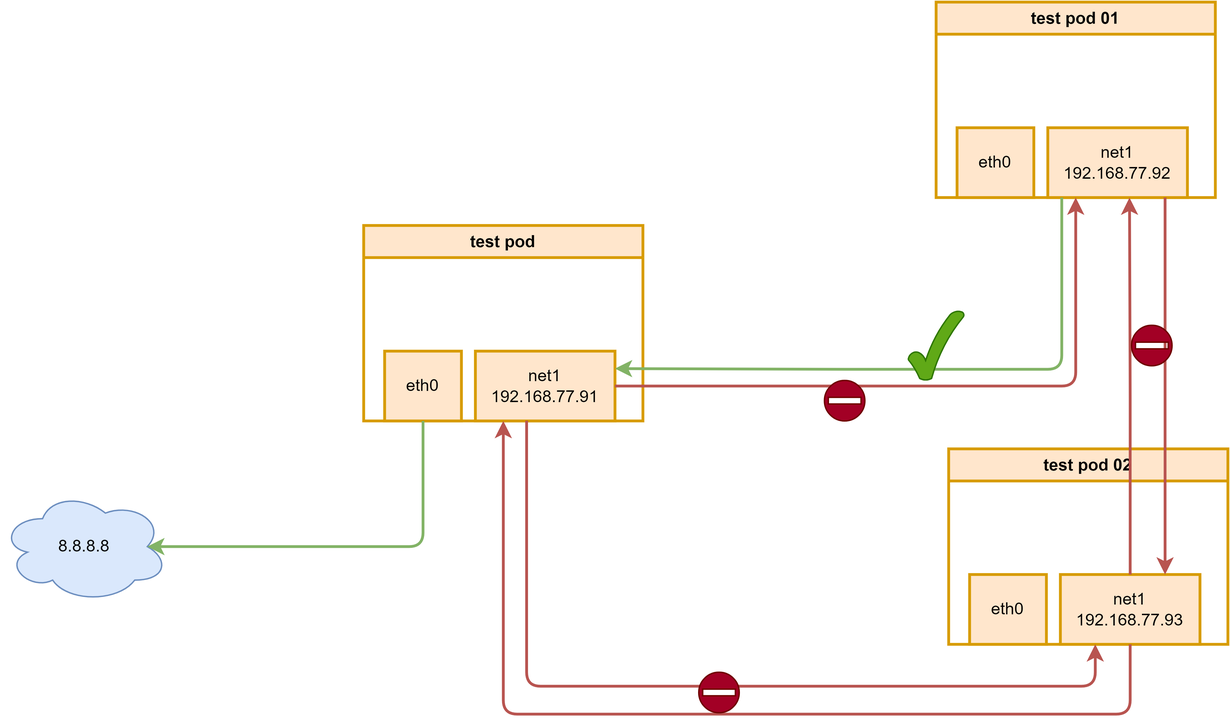
wangzheng422/docker_env keeps this draw.io diagram as redhat/ocp4/4.15/dia/ovn.2nd.network.pod.ping.drawio.png. Above is the earlier version. Source tidied: cells renumbered, new cells last; positions are measured from the earlier drawing's top-left corner, leaving out a move shared by most shapes.
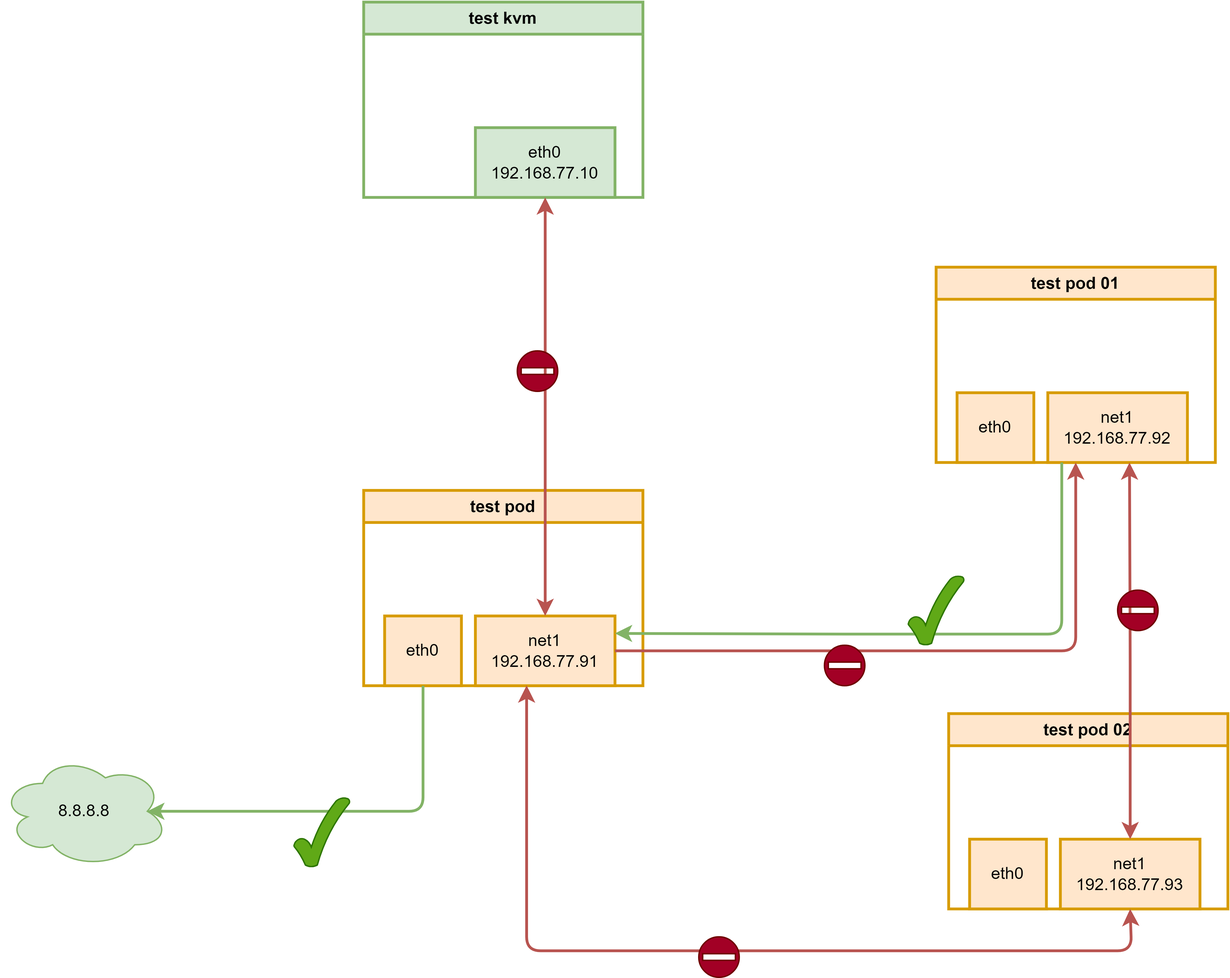
The same diagram one commit later.

The edit, as a diff of the source:
```diff
@@ -46,22 +46,14 @@
         </Array>
       </mxGeometry>
     </mxCell>
-    <mxCell id="13" style="edgeStyle=orthogonalEdgeStyle;html=1;entryX=0.25;entryY=1;entryDx=0;entryDy=0;strokeWidth=2;fillColor=#f8cecc;strokeColor=#b85450;exitX=0.367;exitY=0.996;exitDx=0;exitDy=0;exitPerimeter=0;" parent="1" edge="1" source="4" target="10">
+    <mxCell id="13" style="edgeStyle=orthogonalEdgeStyle;html=1;entryX=0.5;entryY=1;entryDx=0;entryDy=0;strokeWidth=2;fillColor=#f8cecc;strokeColor=#b85450;exitX=0.367;exitY=0.996;exitDx=0;exitDy=0;exitPerimeter=0;startArrow=classic;startFill=1;" parent="1" edge="1" source="4" target="10">
       <mxGeometry relative="1" as="geometry">
         <Array as="points">
           <mxPoint x="377" y="490" />
-          <mxPoint x="784" y="490" />
+          <mxPoint x="810" y="490" />
         </Array>
       </mxGeometry>
     </mxCell>
-    <mxCell id="14" style="edgeStyle=orthogonalEdgeStyle;html=1;entryX=0.5;entryY=1;entryDx=0;entryDy=0;strokeWidth=2;fillColor=#f8cecc;strokeColor=#b85450;" parent="1" edge="1" source="10" target="2">
-      <mxGeometry relative="1" as="geometry">
-        <Array as="points">
-          <mxPoint x="809" y="510" />
-          <mxPoint x="360" y="510" />
-        </Array>
-      </mxGeometry>
-    </mxCell>
     <mxCell id="15" style="shape=mxgraph.signs.safety.no_entry;html=1;fillColor=#a20025;strokeColor=#6F0000;verticalLabelPosition=bottom;verticalAlign=top;align=center;fontColor=#ffffff;" parent="1" vertex="1">
       <mxGeometry x="590" y="271" width="29" height="29" as="geometry" />
     </mxCell>
@@ -71,18 +63,13 @@
     <mxCell id="17" style="verticalLabelPosition=bottom;verticalAlign=top;html=1;shape=mxgraph.basic.tick;fillColor=#60a917;fontColor=#ffffff;strokeColor=#2D7600;" parent="1" vertex="1">
       <mxGeometry x="650" y="221" width="40" height="50" as="geometry" />
     </mxCell>
-    <mxCell id="18" style="edgeStyle=orthogonalEdgeStyle;html=1;entryX=0.585;entryY=1.001;entryDx=0;entryDy=0;entryPerimeter=0;strokeWidth=2;fillColor=#f8cecc;strokeColor=#b85450;" parent="1" edge="1" source="10" target="7">
+    <mxCell id="18" style="edgeStyle=orthogonalEdgeStyle;html=1;entryX=0.585;entryY=1.001;entryDx=0;entryDy=0;entryPerimeter=0;strokeWidth=2;fillColor=#f8cecc;strokeColor=#b85450;startArrow=classic;startFill=1;" parent="1" edge="1" source="10" target="7">
       <mxGeometry relative="1" as="geometry" />
     </mxCell>
-    <mxCell id="19" style="edgeStyle=orthogonalEdgeStyle;html=1;entryX=0.75;entryY=0;entryDx=0;entryDy=0;strokeWidth=2;fillColor=#f8cecc;strokeColor=#b85450;" parent="1" edge="1" target="10">
-      <mxGeometry relative="1" as="geometry">
-        <mxPoint x="834" y="140" as="sourcePoint" />
-      </mxGeometry>
-    </mxCell>
     <mxCell id="20" style="shape=mxgraph.signs.safety.no_entry;html=1;fillColor=#a20025;strokeColor=#6F0000;verticalLabelPosition=bottom;verticalAlign=top;align=center;fontColor=#ffffff;" parent="1" vertex="1">
-      <mxGeometry x="810" y="231.5" width="29" height="29" as="geometry" />
+      <mxGeometry x="800" y="231.5" width="29" height="29" as="geometry" />
     </mxCell>
-    <mxCell id="21" value="8.8.8.8" style="ellipse;shape=cloud;whiteSpace=wrap;html=1;fillColor=#dae8fc;strokeColor=#6c8ebf;" parent="1" vertex="1">
+    <mxCell id="21" value="8.8.8.8" style="ellipse;shape=cloud;whiteSpace=wrap;html=1;fillColor=#d5e8d4;strokeColor=#82b366;" parent="1" vertex="1">
       <mxGeometry y="350" width="120" height="80" as="geometry" />
     </mxCell>
     <mxCell id="22" style="edgeStyle=orthogonalEdgeStyle;html=1;entryX=0.875;entryY=0.5;entryDx=0;entryDy=0;entryPerimeter=0;strokeWidth=2;fillColor=#d5e8d4;strokeColor=#82b366;" parent="1" edge="1" source="3" target="21">
@@ -92,5 +79,23 @@
         </Array>
       </mxGeometry>
     </mxCell>
+    <mxCell id="23" value="test kvm" style="swimlane;whiteSpace=wrap;html=1;strokeWidth=2;fillColor=#d5e8d4;strokeColor=#82b366;startSize=23;" parent="1" vertex="1">
+      <mxGeometry x="260" y="-190" width="200" height="140" as="geometry" />
+    </mxCell>
+    <mxCell id="24" value="eth0&lt;br&gt;192.168.77.10" style="rounded=0;whiteSpace=wrap;html=1;strokeWidth=2;fillColor=#d5e8d4;strokeColor=#82b366;" parent="23" vertex="1">
+      <mxGeometry x="80" y="90" width="100" height="50" as="geometry" />
+    </mxCell>
+    <mxCell id="25" style="edgeStyle=orthogonalEdgeStyle;html=1;entryX=0.25;entryY=0;entryDx=0;entryDy=0;strokeWidth=2;fillColor=#f8cecc;strokeColor=#b85450;exitX=0.25;exitY=1;exitDx=0;exitDy=0;startArrow=classic;startFill=1;" parent="1" edge="1">
+      <mxGeometry relative="1" as="geometry">
+        <mxPoint x="390" y="250" as="sourcePoint" />
+        <mxPoint x="390" y="-50" as="targetPoint" />
+      </mxGeometry>
+    </mxCell>
+    <mxCell id="26" style="shape=mxgraph.signs.safety.no_entry;html=1;fillColor=#a20025;strokeColor=#6F0000;verticalLabelPosition=bottom;verticalAlign=top;align=center;fontColor=#ffffff;" parent="1" vertex="1">
+      <mxGeometry x="370" y="60" width="29" height="29" as="geometry" />
+    </mxCell>
+    <mxCell id="27" style="verticalLabelPosition=bottom;verticalAlign=top;html=1;shape=mxgraph.basic.tick;fillColor=#60a917;fontColor=#ffffff;strokeColor=#2D7600;" parent="1" vertex="1">
+      <mxGeometry x="210" y="380" width="40" height="50" as="geometry" />
+    </mxCell>
   </root>
 </mxGraphModel>
```
